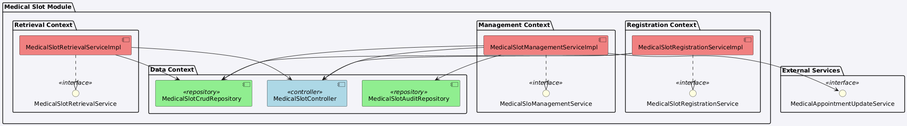
The PlantUML diagram figures/api/component_diagram_medical_slot.png in LazaroDamasceno/Dissertacao-Mestrado, before a commit. Source of this version:
```plantuml
@startuml
skinparam backgroundColor #f4f4f9
skinparam componentStyle uml2

package "Medical Slot Module" {

    package "Data Context" {
        component MedicalSlotController <<controller>> #LightBlue
        component MedicalSlotCrudRepository <<repository>> #LightGreen
        component MedicalSlotAuditRepository <<repository>> #LightGreen
    }

    package "Registration Context" {
        interface MedicalSlotRegistrationService <<interface>> #LightYellow
        component MedicalSlotRegistrationServiceImpl #LightCoral

        MedicalSlotRegistrationServiceImpl ..|> MedicalSlotRegistrationService
        MedicalSlotRegistrationServiceImpl --> MedicalSlotCrudRepository
        MedicalSlotRegistrationServiceImpl --> MedicalSlotController
    }

    package "Management Context" {
        interface MedicalSloManagementService <<interface>> #LightYellow
        component MedicalSlotManagementServiceImpl #LightCoral

        MedicalSlotManagementServiceImpl ..|> MedicalSloManagementService
        MedicalSlotManagementServiceImpl --> MedicalSlotCrudRepository
        MedicalSlotManagementServiceImpl --> MedicalSlotAuditRepository
        MedicalSlotManagementServiceImpl --> MedicalSlotController
    }

    package "Retrieval Context" {
        interface MedicalSlotRetrievalService <<interface>> #LightYellow
        component MedicalSlotRetrievalServiceImpl #LightCoral

        MedicalSlotRetrievalServiceImpl ..|> MedicalSlotRetrievalService
        MedicalSlotRetrievalServiceImpl --> MedicalSlotCrudRepository
        MedicalSlotRetrievalServiceImpl --> MedicalSlotController
    }

}

package "External Services" {
    interface MedicalAppointmentUpdateService <<interface>> #LightYellow
}

MedicalSlotManagementServiceImpl --> MedicalAppointmentUpdateService
@enduml
```
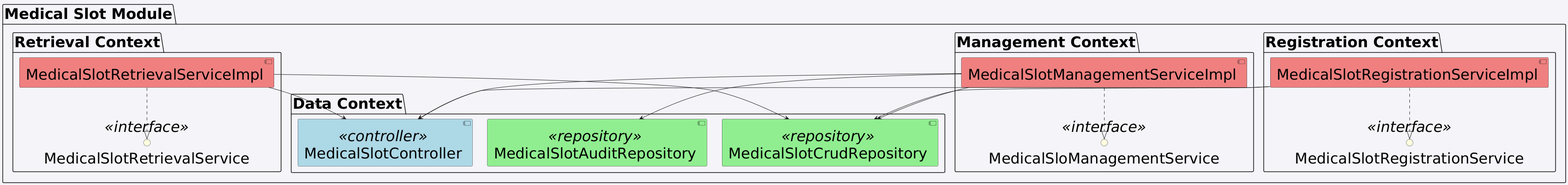
The same file after the commit.

Diff of the diagram source:
```diff
@@ -1,6 +1,8 @@
 @startuml
 skinparam backgroundColor #f4f4f9
 skinparam componentStyle uml2
+skinparam defaultFontSize 35
+
 
 package "Medical Slot Module" {
 
@@ -39,10 +41,4 @@
     }
 
 }
-
-package "External Services" {
-    interface MedicalAppointmentUpdateService <<interface>> #LightYellow
-}
-
-MedicalSlotManagementServiceImpl --> MedicalAppointmentUpdateService
 @enduml
```
